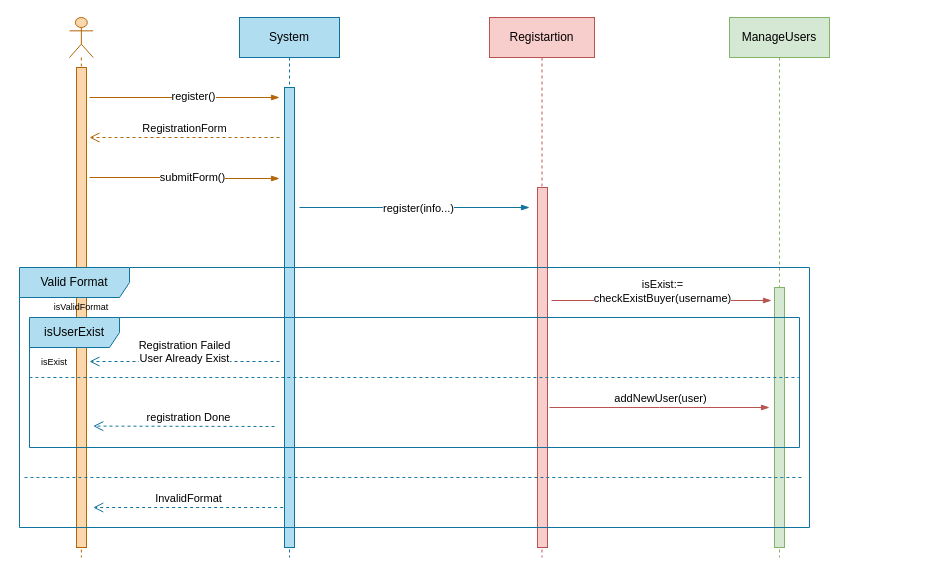
Earlier version of the draw.io diagram Images/Draw.io/Registartion_sequence_Diagram_1.drawio (shawkyebrahim2514/SW-Assignment-3-Toffee). Source tidied: cells renumbered, new cells numbered last; positions are measured from the earlier drawing's top-left corner, leaving out a move shared by most shapes. Both pictures are drawn from the tidied source at 100%, with x=0, y=0 at pixel (19, 17).
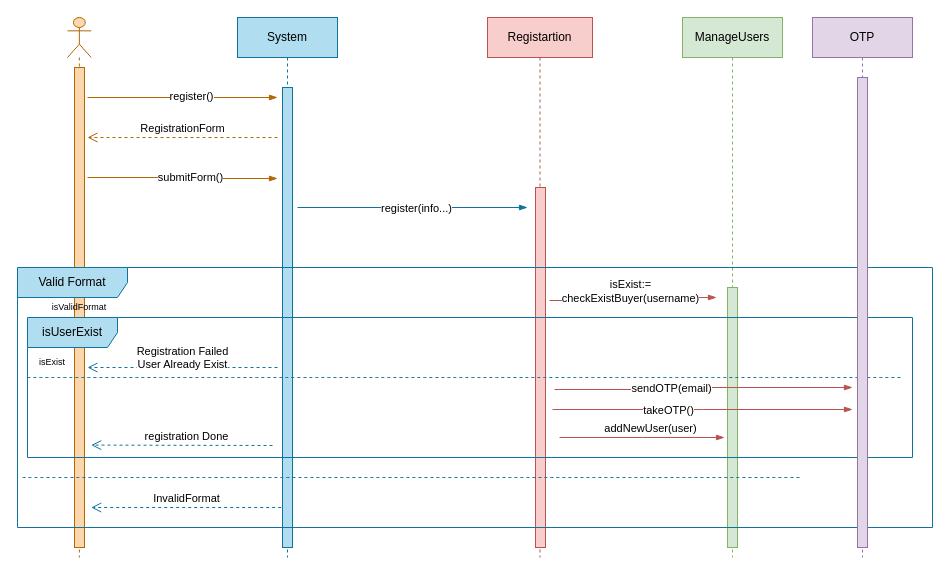
The same page after the edit.

Commit message (it also covers changes not shown here):
Update class diagram and registration sequence

Change to the diagram source:
```diff
@@
-    <mxCell id="2" style="group;" parent="1" vertex="1">
-      <mxGeometry width="810" height="540" as="geometry" />
-    </mxCell>
+    <mxCell id="31" style="group;" parent="1" vertex="1">
+      <mxGeometry x="-2" width="915" height="540" as="geometry" />
+    </mxCell>
+    <mxCell id="9" value="ManageUsers" style="shape=umlLifeline;perimeter=lifelinePerimeter;whiteSpace=wrap;html=1;newEdgeStyle={&quot;edgeStyle&quot;:&quot;elbowEdgeStyle&quot;,&quot;elbow&quot;:&quot;vertical&quot;,&quot;curved&quot;:0,&quot;rounded&quot;:0};fillColor=#d5e8d4;strokeColor=#82b366;" parent="31" vertex="1">
+      <mxGeometry x="665" width="100" height="540" as="geometry" />
+    </mxCell>
+    <mxCell id="10" style="html=1;perimeter=orthogonalPerimeter;targetShapes=umlLifeline;newEdgeStyle={&quot;edgeStyle&quot;:&quot;elbowEdgeStyle&quot;,&quot;elbow&quot;:&quot;vertical&quot;,&quot;curved&quot;:0,&quot;rounded&quot;:0};fillColor=#d5e8d4;strokeColor=#82b366;" parent="9" vertex="1">
+      <mxGeometry x="45" y="270" width="10" height="260" as="geometry" />
+    </mxCell>
-    <mxCell id="3" style="shape=umlLifeline;perimeter=lifelinePerimeter;whiteSpace=wrap;html=1;newEdgeStyle={&quot;edgeStyle&quot;:&quot;elbowEdgeStyle&quot;,&quot;elbow&quot;:&quot;vertical&quot;,&quot;curved&quot;:0,&quot;rounded&quot;:0};participant=umlActor;fillColor=#fad7ac;strokeColor=#b46504;" parent="2" vertex="1">
+    <mxCell id="3" style="shape=umlLifeline;perimeter=lifelinePerimeter;whiteSpace=wrap;html=1;newEdgeStyle={&quot;edgeStyle&quot;:&quot;elbowEdgeStyle&quot;,&quot;elbow&quot;:&quot;vertical&quot;,&quot;curved&quot;:0,&quot;rounded&quot;:0};participant=umlActor;fillColor=#fad7ac;strokeColor=#b46504;" parent="31" vertex="1">
       <mxGeometry x="50" width="23.7" height="540" as="geometry" />
     </mxCell>
@@
-    <mxCell id="5" value="System" style="shape=umlLifeline;perimeter=lifelinePerimeter;whiteSpace=wrap;html=1;newEdgeStyle={&quot;edgeStyle&quot;:&quot;elbowEdgeStyle&quot;,&quot;elbow&quot;:&quot;vertical&quot;,&quot;curved&quot;:0,&quot;rounded&quot;:0};fillColor=#b1ddf0;strokeColor=#10739e;" parent="2" vertex="1">
+    <mxCell id="5" value="System" style="shape=umlLifeline;perimeter=lifelinePerimeter;whiteSpace=wrap;html=1;newEdgeStyle={&quot;edgeStyle&quot;:&quot;elbowEdgeStyle&quot;,&quot;elbow&quot;:&quot;vertical&quot;,&quot;curved&quot;:0,&quot;rounded&quot;:0};fillColor=#b1ddf0;strokeColor=#10739e;" parent="31" vertex="1">
       <mxGeometry x="220" width="100" height="540" as="geometry" />
     </mxCell>
@@
-    <mxCell id="7" value="Registartion" style="shape=umlLifeline;perimeter=lifelinePerimeter;whiteSpace=wrap;html=1;newEdgeStyle={&quot;edgeStyle&quot;:&quot;elbowEdgeStyle&quot;,&quot;elbow&quot;:&quot;vertical&quot;,&quot;curved&quot;:0,&quot;rounded&quot;:0};fillColor=#f8cecc;strokeColor=#b85450;" parent="2" vertex="1">
+    <mxCell id="7" value="Registartion" style="shape=umlLifeline;perimeter=lifelinePerimeter;whiteSpace=wrap;html=1;newEdgeStyle={&quot;edgeStyle&quot;:&quot;elbowEdgeStyle&quot;,&quot;elbow&quot;:&quot;vertical&quot;,&quot;curved&quot;:0,&quot;rounded&quot;:0};fillColor=#f8cecc;strokeColor=#b85450;" parent="31" vertex="1">
       <mxGeometry x="470" width="105" height="540" as="geometry" />
     </mxCell>
@@
-    <mxCell id="9" value="ManageUsers" style="shape=umlLifeline;perimeter=lifelinePerimeter;whiteSpace=wrap;html=1;newEdgeStyle={&quot;edgeStyle&quot;:&quot;elbowEdgeStyle&quot;,&quot;elbow&quot;:&quot;vertical&quot;,&quot;curved&quot;:0,&quot;rounded&quot;:0};fillColor=#d5e8d4;strokeColor=#82b366;" parent="2" vertex="1">
-      <mxGeometry x="710" width="100" height="540" as="geometry" />
-    </mxCell>
-    <mxCell id="10" style="html=1;perimeter=orthogonalPerimeter;targetShapes=umlLifeline;newEdgeStyle={&quot;edgeStyle&quot;:&quot;elbowEdgeStyle&quot;,&quot;elbow&quot;:&quot;vertical&quot;,&quot;curved&quot;:0,&quot;rounded&quot;:0};fillColor=#d5e8d4;strokeColor=#82b366;" parent="9" vertex="1">
-      <mxGeometry x="45" y="270" width="10" height="260" as="geometry" />
-    </mxCell>
-    <mxCell id="11" style="edgeStyle=elbowEdgeStyle;fontSize=12;html=1;endArrow=blockThin;endFill=1;rounded=0;fillColor=#fad7ac;strokeColor=#b46504;" parent="2" edge="1">
+    <mxCell id="11" style="edgeStyle=elbowEdgeStyle;fontSize=12;html=1;endArrow=blockThin;endFill=1;rounded=0;fillColor=#fad7ac;strokeColor=#b46504;" parent="31" edge="1">
       <mxGeometry relative="1" as="geometry">
         <mxPoint x="70" y="80" as="sourcePoint" />
         <mxPoint x="260" y="80" as="targetPoint" />
       </mxGeometry>
     </mxCell>
@@
-    <mxCell id="13" value="RegistrationForm" style="html=1;verticalAlign=bottom;endArrow=open;dashed=1;endSize=8;edgeStyle=elbowEdgeStyle;elbow=vertical;curved=0;rounded=0;fillColor=#fad7ac;strokeColor=#b46504;" parent="2" edge="1">
+    <mxCell id="13" value="RegistrationForm" style="html=1;verticalAlign=bottom;endArrow=open;dashed=1;endSize=8;edgeStyle=elbowEdgeStyle;elbow=vertical;curved=0;rounded=0;fillColor=#fad7ac;strokeColor=#b46504;" parent="31" edge="1">
       <mxGeometry relative="1" as="geometry">
         <mxPoint x="260" y="120" as="sourcePoint" />
         <mxPoint x="70" y="120" as="targetPoint" />
         <Array as="points">
           <mxPoint x="220" y="120" />
         </Array>
       </mxGeometry>
     </mxCell>
-    <mxCell id="14" style="edgeStyle=elbowEdgeStyle;fontSize=12;html=1;endArrow=blockThin;endFill=1;rounded=0;fillColor=#fad7ac;strokeColor=#b46504;" parent="2" edge="1">
+    <mxCell id="14" style="edgeStyle=elbowEdgeStyle;fontSize=12;html=1;endArrow=blockThin;endFill=1;rounded=0;fillColor=#fad7ac;strokeColor=#b46504;" parent="31" edge="1">
       <mxGeometry relative="1" as="geometry">
         <mxPoint x="70" y="160" as="sourcePoint" />
         <mxPoint x="260" y="161" as="targetPoint" />
       </mxGeometry>
     </mxCell>
@@
-    <mxCell id="16" style="edgeStyle=elbowEdgeStyle;fontSize=12;html=1;endArrow=blockThin;endFill=1;rounded=0;fillColor=#b1ddf0;strokeColor=#10739e;" parent="2" edge="1">
+    <mxCell id="16" style="edgeStyle=elbowEdgeStyle;fontSize=12;html=1;endArrow=blockThin;endFill=1;rounded=0;fillColor=#b1ddf0;strokeColor=#10739e;" parent="31" edge="1">
       <mxGeometry relative="1" as="geometry">
         <mxPoint x="280" y="190" as="sourcePoint" />
         <mxPoint x="510" y="190" as="targetPoint" />
       </mxGeometry>
     </mxCell>
@@
-    <mxCell id="18" style="edgeStyle=elbowEdgeStyle;fontSize=12;html=1;endArrow=blockThin;endFill=1;rounded=0;fillColor=#f8cecc;strokeColor=#b85450;" parent="2" edge="1">
+    <mxCell id="18" style="edgeStyle=elbowEdgeStyle;fontSize=12;html=1;endArrow=blockThin;endFill=1;rounded=0;fillColor=#f8cecc;strokeColor=#b85450;" parent="31" edge="1">
       <mxGeometry relative="1" as="geometry">
-        <mxPoint x="530" y="390" as="sourcePoint" />
-        <mxPoint x="750" y="390" as="targetPoint" />
+        <mxPoint x="542" y="420" as="sourcePoint" />
+        <mxPoint x="707" y="420" as="targetPoint" />
       </mxGeometry>
     </mxCell>
@@
-    <mxCell id="20" value="Valid Format" style="shape=umlFrame;whiteSpace=wrap;html=1;width=110;height=30;fillColor=#b1ddf0;strokeColor=#10739e;" parent="2" vertex="1">
-      <mxGeometry y="250" width="790" height="260" as="geometry" />
+    <mxCell id="20" value="Valid Format" style="shape=umlFrame;whiteSpace=wrap;html=1;width=110;height=30;fillColor=#b1ddf0;strokeColor=#10739e;" parent="31" vertex="1">
+      <mxGeometry y="250" width="915" height="260" as="geometry" />
     </mxCell>
-    <mxCell id="21" value="registration Done" style="html=1;verticalAlign=bottom;endArrow=open;dashed=1;endSize=8;edgeStyle=elbowEdgeStyle;elbow=vertical;curved=0;rounded=0;fillColor=#b1ddf0;strokeColor=#10739e;" parent="2" edge="1">
+    <mxCell id="21" value="registration Done" style="html=1;verticalAlign=bottom;endArrow=open;dashed=1;endSize=8;edgeStyle=elbowEdgeStyle;elbow=vertical;curved=0;rounded=0;fillColor=#b1ddf0;strokeColor=#10739e;" parent="31" edge="1">
       <mxGeometry x="-0.05" relative="1" as="geometry">
-        <mxPoint x="255" y="409" as="sourcePoint" />
-        <mxPoint x="73.7" y="408.6" as="targetPoint" />
+        <mxPoint x="255" y="428" as="sourcePoint" />
+        <mxPoint x="73.7" y="427.6" as="targetPoint" />
         <Array as="points">
-          <mxPoint x="243.7" y="408.6" />
+          <mxPoint x="243.7" y="427.6" />
         </Array>
       </mxGeometry>
     </mxCell>
-    <mxCell id="22" value="InvalidFormat" style="html=1;verticalAlign=bottom;endArrow=open;dashed=1;endSize=8;edgeStyle=elbowEdgeStyle;elbow=vertical;curved=0;rounded=0;fillColor=#b1ddf0;strokeColor=#10739e;" parent="2" edge="1">
+    <mxCell id="22" value="InvalidFormat" style="html=1;verticalAlign=bottom;endArrow=open;dashed=1;endSize=8;edgeStyle=elbowEdgeStyle;elbow=vertical;curved=0;rounded=0;fillColor=#b1ddf0;strokeColor=#10739e;" parent="31" edge="1">
       <mxGeometry relative="1" as="geometry">
         <mxPoint x="263.7" y="490" as="sourcePoint" />
         <mxPoint x="73.7" y="490" as="targetPoint" />
         <Array as="points">
           <mxPoint x="223.1" y="490" />
           <mxPoint x="113" y="480" />
           <mxPoint x="103" y="490" />
           <mxPoint x="223.1" y="540" />
         </Array>
       </mxGeometry>
     </mxCell>
-    <mxCell id="23" value="isUserExist" style="shape=umlFrame;whiteSpace=wrap;html=1;width=90;height=30;fillColor=#b1ddf0;strokeColor=#10739e;" parent="2" vertex="1">
-      <mxGeometry x="10" y="300" width="770" height="130" as="geometry" />
+    <mxCell id="23" value="isUserExist" style="shape=umlFrame;whiteSpace=wrap;html=1;width=90;height=30;fillColor=#b1ddf0;strokeColor=#10739e;" parent="31" vertex="1">
+      <mxGeometry x="10" y="300" width="885" height="140" as="geometry" />
     </mxCell>
-    <mxCell id="24" value="Registration Failed&lt;br&gt;User Already Exist" style="html=1;verticalAlign=bottom;endArrow=open;dashed=1;endSize=8;edgeStyle=elbowEdgeStyle;elbow=vertical;curved=0;rounded=0;fillColor=#b1ddf0;strokeColor=#10739e;" parent="2" edge="1">
+    <mxCell id="24" value="Registration Failed&lt;br&gt;User Already Exist" style="html=1;verticalAlign=bottom;endArrow=open;dashed=1;endSize=8;edgeStyle=elbowEdgeStyle;elbow=vertical;curved=0;rounded=0;fillColor=#b1ddf0;strokeColor=#10739e;" parent="31" edge="1">
       <mxGeometry y="6" relative="1" as="geometry">
-        <mxPoint x="260" y="344" as="sourcePoint" />
-        <mxPoint x="70" y="344" as="targetPoint" />
+        <mxPoint x="260" y="350" as="sourcePoint" />
+        <mxPoint x="70" y="350" as="targetPoint" />
         <Array as="points">
-          <mxPoint x="200" y="344" />
+          <mxPoint x="200" y="350" />
         </Array>
       </mxGeometry>
     </mxCell>
-    <mxCell id="25" style="endArrow=none;dashed=1;html=1;rounded=0;startSize=14;endSize=14;sourcePerimeterSpacing=8;targetPerimeterSpacing=8;curved=1;fillColor=#b1ddf0;strokeColor=#10739e;" parent="2" edge="1">
+    <mxCell id="25" style="endArrow=none;dashed=1;html=1;rounded=0;startSize=14;endSize=14;sourcePerimeterSpacing=8;targetPerimeterSpacing=8;curved=1;fillColor=#b1ddf0;strokeColor=#10739e;" parent="31" edge="1">
       <mxGeometry relative="1" as="geometry">
         <mxPoint x="5" y="460" as="sourcePoint" />
         <mxPoint x="785" y="460" as="targetPoint" />
       </mxGeometry>
     </mxCell>
-    <mxCell id="26" style="endArrow=none;dashed=1;html=1;rounded=0;startSize=14;endSize=14;sourcePerimeterSpacing=8;targetPerimeterSpacing=8;curved=1;fillColor=#b1ddf0;strokeColor=#10739e;" parent="2" edge="1">
+    <mxCell id="26" style="endArrow=none;dashed=1;html=1;rounded=0;startSize=14;endSize=14;sourcePerimeterSpacing=8;targetPerimeterSpacing=8;curved=1;fillColor=#b1ddf0;strokeColor=#10739e;" parent="31" edge="1">
       <mxGeometry relative="1" as="geometry">
         <mxPoint x="10" y="360" as="sourcePoint" />
-        <mxPoint x="780" y="360" as="targetPoint" />
+        <mxPoint x="885" y="360" as="targetPoint" />
       </mxGeometry>
     </mxCell>
-    <mxCell id="27" value="&lt;font style=&quot;font-size: 9px;&quot;&gt;isValidFormat&lt;/font&gt;" style="text;html=1;strokeColor=none;fillColor=none;align=center;verticalAlign=middle;whiteSpace=wrap;rounded=0;strokeWidth=0;" parent="2" vertex="1">
+    <mxCell id="27" value="&lt;font style=&quot;font-size: 9px;&quot;&gt;isValidFormat&lt;/font&gt;" style="text;html=1;strokeColor=none;fillColor=none;align=center;verticalAlign=middle;whiteSpace=wrap;rounded=0;strokeWidth=0;" parent="31" vertex="1">
       <mxGeometry x="31.8" y="274" width="60" height="30" as="geometry" />
     </mxCell>
-    <mxCell id="28" value="&lt;font style=&quot;font-size: 9px;&quot;&gt;isExist&lt;/font&gt;" style="text;html=1;strokeColor=none;fillColor=none;align=center;verticalAlign=middle;whiteSpace=wrap;rounded=0;strokeWidth=0;" parent="2" vertex="1">
+    <mxCell id="28" value="&lt;font style=&quot;font-size: 9px;&quot;&gt;isExist&lt;/font&gt;" style="text;html=1;strokeColor=none;fillColor=none;align=center;verticalAlign=middle;whiteSpace=wrap;rounded=0;strokeWidth=0;" parent="31" vertex="1">
       <mxGeometry x="5" y="329" width="60" height="30" as="geometry" />
     </mxCell>
-    <mxCell id="29" style="edgeStyle=elbowEdgeStyle;fontSize=12;html=1;endArrow=blockThin;endFill=1;rounded=0;fillColor=#f8cecc;strokeColor=#b85450;" parent="2" edge="1">
+    <mxCell id="29" style="edgeStyle=elbowEdgeStyle;fontSize=12;html=1;endArrow=blockThin;endFill=1;rounded=0;fillColor=#f8cecc;strokeColor=#b85450;" parent="31" edge="1">
       <mxGeometry relative="1" as="geometry">
         <mxPoint x="532" y="283" as="sourcePoint" />
-        <mxPoint x="752" y="283" as="targetPoint" />
+        <mxPoint x="699" y="280" as="targetPoint" />
       </mxGeometry>
     </mxCell>
     <mxCell id="30" value="isExist:=&lt;br&gt;checkExistBuyer(username)" style="edgeLabel;html=1;align=center;verticalAlign=middle;" parent="29" vertex="1">
       <mxGeometry x="-0.27" y="-2" relative="1" as="geometry">
-        <mxPoint x="30" y="-12" as="offset" />
+        <mxPoint x="18" y="-12" as="offset" />
       </mxGeometry>
     </mxCell>
+    <mxCell id="32" value="OTP" style="shape=umlLifeline;perimeter=lifelinePerimeter;whiteSpace=wrap;html=1;newEdgeStyle={&quot;edgeStyle&quot;:&quot;elbowEdgeStyle&quot;,&quot;elbow&quot;:&quot;vertical&quot;,&quot;curved&quot;:0,&quot;rounded&quot;:0};fillColor=#e1d5e7;strokeColor=#9673a6;" parent="31" vertex="1">
+      <mxGeometry x="795" width="100" height="540" as="geometry" />
+    </mxCell>
+    <mxCell id="33" style="html=1;perimeter=orthogonalPerimeter;targetShapes=umlLifeline;newEdgeStyle={&quot;edgeStyle&quot;:&quot;elbowEdgeStyle&quot;,&quot;elbow&quot;:&quot;vertical&quot;,&quot;curved&quot;:0,&quot;rounded&quot;:0};fillColor=#e1d5e7;strokeColor=#9673a6;" parent="32" vertex="1">
+      <mxGeometry x="45" y="60" width="10" height="470" as="geometry" />
+    </mxCell>
+    <mxCell id="34" style="edgeStyle=elbowEdgeStyle;fontSize=12;html=1;endArrow=blockThin;endFill=1;rounded=0;fillColor=#f8cecc;strokeColor=#b85450;" parent="31" edge="1">
+      <mxGeometry relative="1" as="geometry">
+        <mxPoint x="537" y="372" as="sourcePoint" />
+        <mxPoint x="835" y="370" as="targetPoint" />
+      </mxGeometry>
+    </mxCell>
+    <mxCell id="35" value="sendOTP(email)" style="edgeLabel;html=1;align=center;verticalAlign=middle;" parent="34" vertex="1">
+      <mxGeometry x="0.24" relative="1" as="geometry">
+        <mxPoint x="-68" as="offset" />
+      </mxGeometry>
+    </mxCell>
+    <mxCell id="36" style="edgeStyle=elbowEdgeStyle;fontSize=12;html=1;endArrow=blockThin;endFill=1;rounded=0;fillColor=#f8cecc;strokeColor=#b85450;" parent="31" edge="1">
+      <mxGeometry relative="1" as="geometry">
+        <mxPoint x="535" y="392" as="sourcePoint" />
+        <mxPoint x="835" y="392" as="targetPoint" />
+      </mxGeometry>
+    </mxCell>
+    <mxCell id="37" value="takeOTP()" style="edgeLabel;html=1;align=center;verticalAlign=middle;" parent="36" vertex="1">
+      <mxGeometry x="0.24" relative="1" as="geometry">
+        <mxPoint x="-71" as="offset" />
+      </mxGeometry>
+    </mxCell>
```
